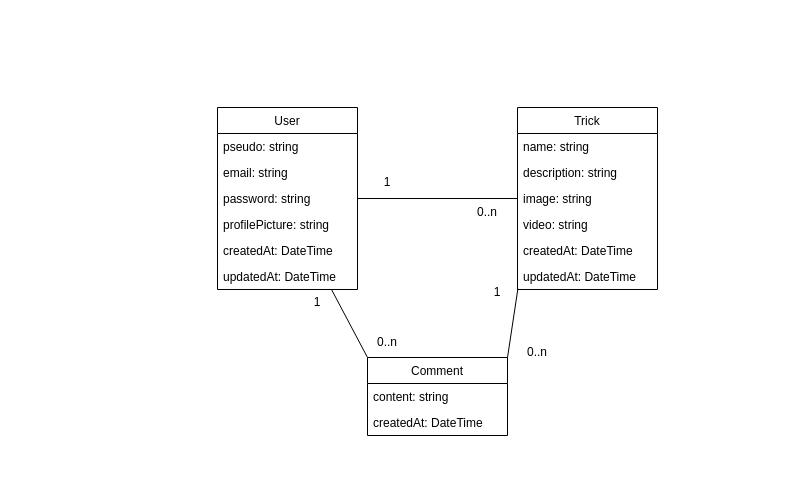
This is public/uml/class.drawio from Tony-marques/p6snowtricks, a draw.io file, before an edit. Source tidied: cells renumbered, new cells numbered last; positions are measured from the earlier drawing's top-left corner, leaving out a move shared by most shapes. Both pictures are drawn from the tidied source at 100%, with x=0, y=0 at pixel (217, 107).
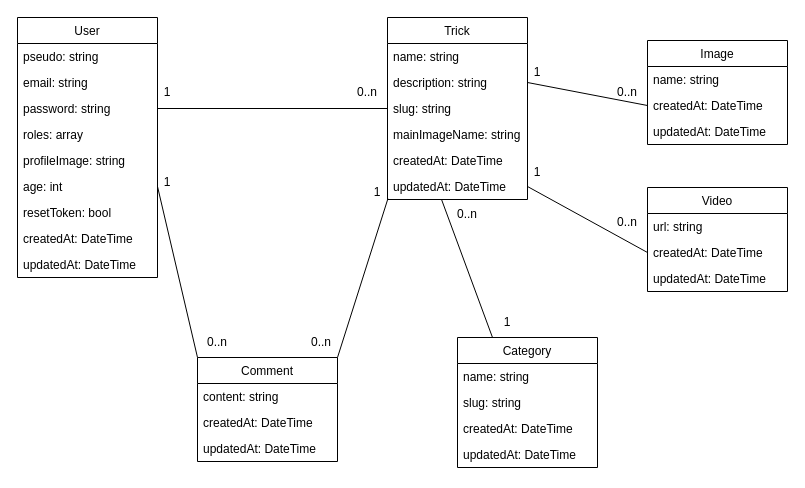
After the change.

Unchanged cells that the change refers to:
```xml
<mxCell id="5" value="password: string" style="text;strokeColor=none;fillColor=none;align=left;verticalAlign=top;spacingLeft=4;spacingRight=4;overflow=hidden;points=[[0,0.5],[1,0.5]];portConstraint=eastwest;" parent="2" vertex="1">
  <mxGeometry y="78" width="140" height="26" as="geometry" />
</mxCell>
<mxCell id="12" value="description: string" style="text;strokeColor=none;fillColor=none;align=left;verticalAlign=top;spacingLeft=4;spacingRight=4;overflow=hidden;points=[[0,0.5],[1,0.5]];portConstraint=eastwest;" parent="10" vertex="1">
  <mxGeometry y="52" width="140" height="26" as="geometry" />
</mxCell>
<mxCell id="16" value="updatedAt: DateTime" style="text;strokeColor=none;fillColor=none;align=left;verticalAlign=top;spacingLeft=4;spacingRight=4;overflow=hidden;points=[[0,0.5],[1,0.5]];portConstraint=eastwest;" parent="10" vertex="1">
  <mxGeometry y="156" width="140" height="26" as="geometry" />
</mxCell>
```

Change to the diagram source:
```diff
@@
     <mxCell id="2" value="User" style="swimlane;fontStyle=0;horizontal=1;startSize=26;fillColor=none;" parent="1" vertex="1">
-      <mxGeometry width="140" height="182" as="geometry" />
+      <mxGeometry x="-200" y="-90" width="140" height="260" as="geometry" />
     </mxCell>
@@
+    <mxCell id="28" value="roles: array" style="text;strokeColor=none;fillColor=none;align=left;verticalAlign=top;spacingLeft=4;spacingRight=4;overflow=hidden;" parent="2" vertex="1">
+      <mxGeometry y="104" width="140" height="26" as="geometry" />
+    </mxCell>
-    <mxCell id="6" value="profilePicture: string" style="text;strokeColor=none;fillColor=none;align=left;verticalAlign=top;spacingLeft=4;spacingRight=4;overflow=hidden;" parent="2" vertex="1">
-      <mxGeometry y="104" width="140" height="26" as="geometry" />
+    <mxCell id="6" value="profileImage: string" style="text;strokeColor=none;fillColor=none;align=left;verticalAlign=top;spacingLeft=4;spacingRight=4;overflow=hidden;" parent="2" vertex="1">
+      <mxGeometry y="130" width="140" height="26" as="geometry" />
     </mxCell>
+    <mxCell id="29" value="age: int" style="text;strokeColor=none;fillColor=none;align=left;verticalAlign=top;spacingLeft=4;spacingRight=4;overflow=hidden;points=[[0,0.5],[1,0.5]];portConstraint=eastwest;" parent="2" vertex="1">
+      <mxGeometry y="156" width="140" height="26" as="geometry" />
+    </mxCell>
+    <mxCell id="30" value="resetToken: bool" style="text;strokeColor=none;fillColor=none;align=left;verticalAlign=top;spacingLeft=4;spacingRight=4;overflow=hidden;" parent="2" vertex="1">
+      <mxGeometry y="182" width="140" height="26" as="geometry" />
+    </mxCell>
     <mxCell id="7" value="createdAt: DateTime" style="text;strokeColor=none;fillColor=none;align=left;verticalAlign=top;spacingLeft=4;spacingRight=4;overflow=hidden;" parent="2" vertex="1">
-      <mxGeometry y="130" width="140" height="26" as="geometry" />
+      <mxGeometry y="208" width="140" height="26" as="geometry" />
     </mxCell>
     <mxCell id="8" value="updatedAt: DateTime" style="text;strokeColor=none;fillColor=none;align=left;verticalAlign=top;spacingLeft=4;spacingRight=4;overflow=hidden;" parent="2" vertex="1">
-      <mxGeometry y="156" width="140" height="26" as="geometry" />
+      <mxGeometry y="234" width="140" height="26" as="geometry" />
     </mxCell>
-    <mxCell id="9" style="endArrow=none;html=1;exitX=1;exitY=0.5;exitDx=0;exitDy=0;entryX=0;entryY=0;entryDx=0;entryDy=0;" parent="2" edge="1" target="17">
-      <mxGeometry relative="1" as="geometry">
-        <mxPoint x="114" y="182" as="sourcePoint" />
-      </mxGeometry>
-    </mxCell>
     <mxCell id="10" value="Trick" style="swimlane;fontStyle=0;horizontal=1;startSize=26;fillColor=none;" parent="1" vertex="1">
-      <mxGeometry x="300" width="140" height="182" as="geometry" />
+      <mxGeometry x="170" y="-90" width="140" height="182" as="geometry" />
     </mxCell>
@@
-    <mxCell id="13" value="image: string" style="text;strokeColor=none;fillColor=none;align=left;verticalAlign=top;spacingLeft=4;spacingRight=4;overflow=hidden;points=[[0,0.5],[1,0.5]];portConstraint=eastwest;" parent="10" vertex="1">
-      <mxGeometry y="78" width="140" height="26" as="geometry" />
-    </mxCell>
-    <mxCell id="14" value="video: string" style="text;strokeColor=none;fillColor=none;align=left;verticalAlign=top;spacingLeft=4;spacingRight=4;overflow=hidden;" parent="10" vertex="1">
-      <mxGeometry y="104" width="140" height="26" as="geometry" />
-    </mxCell>
+    <mxCell id="31" value="slug: string" style="text;strokeColor=none;fillColor=none;align=left;verticalAlign=top;spacingLeft=4;spacingRight=4;overflow=hidden;points=[[0,0.5],[1,0.5]];portConstraint=eastwest;" parent="10" vertex="1">
+      <mxGeometry y="78" width="140" height="26" as="geometry" />
+    </mxCell>
+    <mxCell id="32" value="mainImageName: string" style="text;strokeColor=none;fillColor=none;align=left;verticalAlign=top;spacingLeft=4;spacingRight=4;overflow=hidden;" parent="10" vertex="1">
+      <mxGeometry y="104" width="140" height="26" as="geometry" />
+    </mxCell>
@@
     <mxCell id="17" value="Comment" style="swimlane;fontStyle=0;horizontal=1;startSize=26;fillColor=none;" parent="1" vertex="1">
-      <mxGeometry x="150" y="250" width="140" height="78" as="geometry" />
+      <mxGeometry x="-20" y="250" width="140" height="104" as="geometry" />
     </mxCell>
@@
+    <mxCell id="33" value="updatedAt: DateTime" style="text;strokeColor=none;fillColor=none;align=left;verticalAlign=top;spacingLeft=4;spacingRight=4;overflow=hidden;" parent="17" vertex="1">
+      <mxGeometry y="78" width="140" height="26" as="geometry" />
+    </mxCell>
-    <mxCell id="20" style="endArrow=none;html=1;exitX=1;exitY=0.5;exitDx=0;exitDy=0;entryX=0;entryY=0.5;entryDx=0;entryDy=0;" parent="1" edge="1" source="5" target="13">
+    <mxCell id="20" style="endArrow=none;html=1;exitX=1;exitY=0.5;exitDx=0;exitDy=0;entryX=0;entryY=0.5;entryDx=0;entryDy=0;" parent="1" edge="1" source="5" target="31">
       <mxGeometry relative="1" as="geometry" />
     </mxCell>
-    <mxCell id="21" value="1" style="text;html=1;strokeColor=none;fillColor=none;align=center;verticalAlign=middle;whiteSpace=wrap;rounded=0;" parent="1" vertex="1">
-      <mxGeometry x="140" y="60" width="60" height="30" as="geometry" />
-    </mxCell>
     <mxCell id="22" value="0..n" style="text;html=1;strokeColor=none;fillColor=none;align=center;verticalAlign=middle;whiteSpace=wrap;rounded=0;" parent="1" vertex="1">
-      <mxGeometry x="240" y="90" width="60" height="30" as="geometry" />
+      <mxGeometry x="-30" y="220" width="60" height="30" as="geometry" />
     </mxCell>
@@
     <mxCell id="24" value="1" style="text;html=1;strokeColor=none;fillColor=none;align=center;verticalAlign=middle;whiteSpace=wrap;rounded=0;" parent="1" vertex="1">
-      <mxGeometry x="70" y="180" width="60" height="30" as="geometry" />
+      <mxGeometry x="-80" y="-30" width="60" height="30" as="geometry" />
     </mxCell>
     <mxCell id="25" value="0..n" style="text;html=1;strokeColor=none;fillColor=none;align=center;verticalAlign=middle;whiteSpace=wrap;rounded=0;" parent="1" vertex="1">
-      <mxGeometry x="140" y="220" width="60" height="30" as="geometry" />
+      <mxGeometry x="74" y="220" width="60" height="30" as="geometry" />
     </mxCell>
     <mxCell id="26" value="1" style="text;html=1;strokeColor=none;fillColor=none;align=center;verticalAlign=middle;whiteSpace=wrap;rounded=0;" parent="1" vertex="1">
-      <mxGeometry x="250" y="170" width="60" height="30" as="geometry" />
+      <mxGeometry x="130" y="70" width="60" height="30" as="geometry" />
     </mxCell>
     <mxCell id="27" value="0..n" style="text;html=1;strokeColor=none;fillColor=none;align=center;verticalAlign=middle;whiteSpace=wrap;rounded=0;" parent="1" vertex="1">
-      <mxGeometry x="290" y="230" width="60" height="30" as="geometry" />
+      <mxGeometry x="120" y="-30" width="60" height="30" as="geometry" />
     </mxCell>
+    <mxCell id="34" value="Category" style="swimlane;fontStyle=0;horizontal=1;startSize=26;fillColor=none;" parent="1" vertex="1">
+      <mxGeometry x="240" y="230" width="140" height="130" as="geometry" />
+    </mxCell>
+    <mxCell id="35" value="name: string" style="text;strokeColor=none;fillColor=none;align=left;verticalAlign=top;spacingLeft=4;spacingRight=4;overflow=hidden;" parent="34" vertex="1">
+      <mxGeometry y="26" width="140" height="26" as="geometry" />
+    </mxCell>
+    <mxCell id="36" value="slug: string" style="text;strokeColor=none;fillColor=none;align=left;verticalAlign=top;spacingLeft=4;spacingRight=4;overflow=hidden;" parent="34" vertex="1">
+      <mxGeometry y="52" width="140" height="26" as="geometry" />
+    </mxCell>
+    <mxCell id="37" value="createdAt: DateTime" style="text;strokeColor=none;fillColor=none;align=left;verticalAlign=top;spacingLeft=4;spacingRight=4;overflow=hidden;" parent="34" vertex="1">
+      <mxGeometry y="78" width="140" height="26" as="geometry" />
+    </mxCell>
+    <mxCell id="38" value="updatedAt: DateTime" style="text;strokeColor=none;fillColor=none;align=left;verticalAlign=top;spacingLeft=4;spacingRight=4;overflow=hidden;" parent="34" vertex="1">
+      <mxGeometry y="104" width="140" height="26" as="geometry" />
+    </mxCell>
+    <mxCell id="9" style="endArrow=none;html=1;exitX=1;exitY=0.5;exitDx=0;exitDy=0;entryX=0;entryY=0;entryDx=0;entryDy=0;" parent="1" edge="1" source="29" target="17">
+      <mxGeometry relative="1" as="geometry" />
+    </mxCell>
+    <mxCell id="39" value="Image" style="swimlane;fontStyle=0;horizontal=1;startSize=26;fillColor=none;" parent="1" vertex="1">
+      <mxGeometry x="430" y="-67" width="140" height="104" as="geometry" />
+    </mxCell>
+    <mxCell id="40" value="name: string" style="text;strokeColor=none;fillColor=none;align=left;verticalAlign=top;spacingLeft=4;spacingRight=4;overflow=hidden;" parent="39" vertex="1">
+      <mxGeometry y="26" width="140" height="26" as="geometry" />
+    </mxCell>
+    <mxCell id="41" value="createdAt: DateTime" style="text;strokeColor=none;fillColor=none;align=left;verticalAlign=top;spacingLeft=4;spacingRight=4;overflow=hidden;points=[[0,0.5],[1,0.5]];portConstraint=eastwest;" parent="39" vertex="1">
+      <mxGeometry y="52" width="140" height="26" as="geometry" />
+    </mxCell>
+    <mxCell id="42" value="updatedAt: DateTime" style="text;strokeColor=none;fillColor=none;align=left;verticalAlign=top;spacingLeft=4;spacingRight=4;overflow=hidden;" parent="39" vertex="1">
+      <mxGeometry y="78" width="140" height="26" as="geometry" />
+    </mxCell>
+    <mxCell id="43" value="Video" style="swimlane;fontStyle=0;horizontal=1;startSize=26;fillColor=none;" parent="1" vertex="1">
+      <mxGeometry x="430" y="80" width="140" height="104" as="geometry" />
+    </mxCell>
+    <mxCell id="44" value="url: string" style="text;strokeColor=none;fillColor=none;align=left;verticalAlign=top;spacingLeft=4;spacingRight=4;overflow=hidden;" parent="43" vertex="1">
+      <mxGeometry y="26" width="140" height="26" as="geometry" />
+    </mxCell>
+    <mxCell id="45" value="createdAt: DateTime" style="text;strokeColor=none;fillColor=none;align=left;verticalAlign=top;spacingLeft=4;spacingRight=4;overflow=hidden;points=[[0,0.5],[1,0.5]];portConstraint=eastwest;" parent="43" vertex="1">
+      <mxGeometry y="52" width="140" height="26" as="geometry" />
+    </mxCell>
+    <mxCell id="46" value="updatedAt: DateTime" style="text;strokeColor=none;fillColor=none;align=left;verticalAlign=top;spacingLeft=4;spacingRight=4;overflow=hidden;" parent="43" vertex="1">
+      <mxGeometry y="78" width="140" height="26" as="geometry" />
+    </mxCell>
+    <mxCell id="47" value="1" style="text;html=1;strokeColor=none;fillColor=none;align=center;verticalAlign=middle;whiteSpace=wrap;rounded=0;" parent="1" vertex="1">
+      <mxGeometry x="-80" y="60" width="60" height="30" as="geometry" />
+    </mxCell>
+    <mxCell id="48" style="endArrow=none;html=1;entryX=0.25;entryY=0;entryDx=0;entryDy=0;exitX=0.386;exitY=1;exitDx=0;exitDy=0;exitPerimeter=0;" parent="1" edge="1" source="16" target="34">
+      <mxGeometry relative="1" as="geometry" />
+    </mxCell>
+    <mxCell id="49" value="0..n" style="text;html=1;strokeColor=none;fillColor=none;align=center;verticalAlign=middle;whiteSpace=wrap;rounded=0;" parent="1" vertex="1">
+      <mxGeometry x="220" y="92" width="60" height="30" as="geometry" />
+    </mxCell>
+    <mxCell id="50" value="1" style="text;html=1;strokeColor=none;fillColor=none;align=center;verticalAlign=middle;whiteSpace=wrap;rounded=0;" parent="1" vertex="1">
+      <mxGeometry x="260" y="200" width="60" height="30" as="geometry" />
+    </mxCell>
+    <mxCell id="51" style="endArrow=none;html=1;entryX=0;entryY=0.5;entryDx=0;entryDy=0;exitX=1;exitY=0.5;exitDx=0;exitDy=0;" parent="1" edge="1" source="16" target="45">
+      <mxGeometry relative="1" as="geometry" />
+    </mxCell>
+    <mxCell id="52" style="endArrow=none;html=1;entryX=0;entryY=0.5;entryDx=0;entryDy=0;exitX=1;exitY=0.5;exitDx=0;exitDy=0;" parent="1" edge="1" source="12" target="41">
+      <mxGeometry relative="1" as="geometry" />
+    </mxCell>
+    <mxCell id="53" value="0..n" style="text;html=1;strokeColor=none;fillColor=none;align=center;verticalAlign=middle;whiteSpace=wrap;rounded=0;" parent="1" vertex="1">
+      <mxGeometry x="380" y="-30" width="60" height="30" as="geometry" />
+    </mxCell>
+    <mxCell id="54" value="1" style="text;html=1;strokeColor=none;fillColor=none;align=center;verticalAlign=middle;whiteSpace=wrap;rounded=0;" parent="1" vertex="1">
+      <mxGeometry x="290" y="-50" width="60" height="30" as="geometry" />
+    </mxCell>
+    <mxCell id="55" value="0..n" style="text;html=1;strokeColor=none;fillColor=none;align=center;verticalAlign=middle;whiteSpace=wrap;rounded=0;" parent="1" vertex="1">
+      <mxGeometry x="380" y="100" width="60" height="30" as="geometry" />
+    </mxCell>
+    <mxCell id="56" value="1" style="text;html=1;strokeColor=none;fillColor=none;align=center;verticalAlign=middle;whiteSpace=wrap;rounded=0;" parent="1" vertex="1">
+      <mxGeometry x="290" y="50" width="60" height="30" as="geometry" />
+    </mxCell>
```
